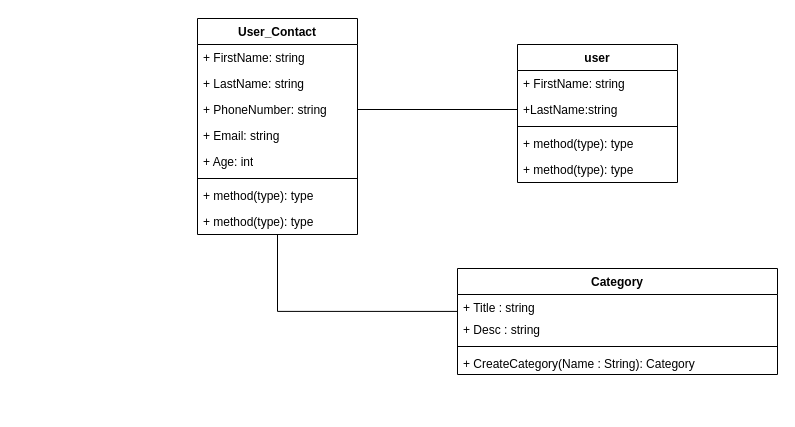
The draw.io diagram phone-book.drawio in joonasoispuu/phone-book2, before the edit. Source tidied: cells renumbered, new cells numbered last; positions are measured from the earlier drawing's top-left corner, leaving out a move shared by most shapes. Both pictures are drawn from the tidied source at 100%, with x=0, y=0 at pixel (197, 18).
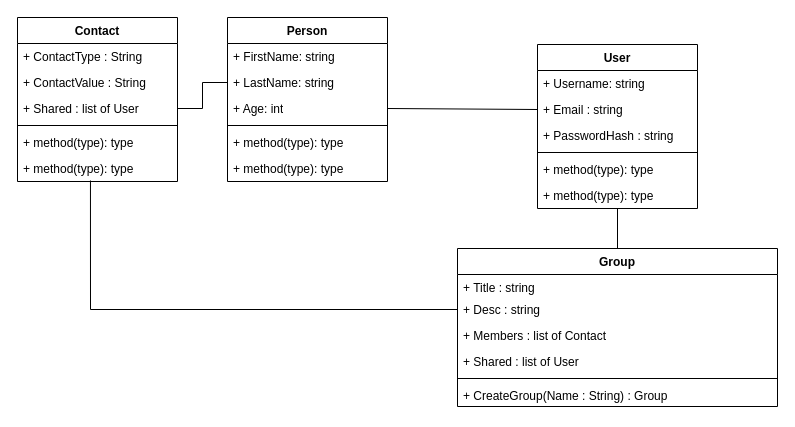
The same page after the edit.

Unchanged cells that the change refers to:
```xml
<mxCell id="5" value="+ LastName: string" style="text;strokeColor=none;fillColor=none;align=left;verticalAlign=top;spacingLeft=4;spacingRight=4;overflow=hidden;points=[[0,0.5],[1,0.5]];portConstraint=eastwest;whiteSpace=wrap;html=1;" parent="3" vertex="1">
  <mxGeometry y="52" width="160" height="26" as="geometry" />
</mxCell>
<mxCell id="19" value="+ Title : string" style="text;strokeColor=none;fillColor=none;align=left;verticalAlign=top;spacingLeft=4;spacingRight=4;overflow=hidden;points=[[0,0.5],[1,0.5]];portConstraint=eastwest;whiteSpace=wrap;html=1;" parent="18" vertex="1">
  <mxGeometry y="26" width="320" height="22" as="geometry" />
</mxCell>
<mxCell id="20" value="+ Desc : string" style="text;strokeColor=none;fillColor=none;align=left;verticalAlign=top;spacingLeft=4;spacingRight=4;overflow=hidden;points=[[0,0.5],[1,0.5]];portConstraint=eastwest;whiteSpace=wrap;html=1;" parent="18" vertex="1">
  <mxGeometry y="48" width="320" height="26" as="geometry" />
</mxCell>
```

Diff of the diagram source:
```diff
@@
-    <mxCell id="2" style="edgeStyle=orthogonalEdgeStyle;rounded=0;jettySize=auto;html=1;entryX=0;entryY=0.769;entryDx=0;entryDy=0;entryPerimeter=0;endArrow=none;endFill=0;" parent="1" edge="1" source="3" target="19">
-      <mxGeometry relative="1" as="geometry" />
-    </mxCell>
-    <mxCell id="3" value="User_Contact&lt;br&gt;" style="swimlane;fontStyle=1;align=center;verticalAlign=top;horizontal=1;startSize=26;whiteSpace=wrap;html=1;" parent="1" vertex="1">
-      <mxGeometry width="160" height="216" as="geometry" />
+    <mxCell id="3" value="Person" style="swimlane;fontStyle=1;align=center;verticalAlign=top;horizontal=1;startSize=26;whiteSpace=wrap;html=1;" parent="1" vertex="1">
+      <mxGeometry x="30" y="-1" width="160" height="164" as="geometry" />
     </mxCell>
@@
-    <mxCell id="6" value="+ PhoneNumber: string" style="text;strokeColor=none;fillColor=none;align=left;verticalAlign=top;spacingLeft=4;spacingRight=4;overflow=hidden;points=[[0,0.5],[1,0.5]];portConstraint=eastwest;whiteSpace=wrap;html=1;" parent="3" vertex="1">
-      <mxGeometry y="78" width="160" height="26" as="geometry" />
-    </mxCell>
-    <mxCell id="7" value="+ Email: string" style="text;strokeColor=none;fillColor=none;align=left;verticalAlign=top;spacingLeft=4;spacingRight=4;overflow=hidden;whiteSpace=wrap;html=1;" parent="3" vertex="1">
-      <mxGeometry y="104" width="160" height="26" as="geometry" />
-    </mxCell>
     <mxCell id="8" value="+ Age: int" style="text;strokeColor=none;fillColor=none;align=left;verticalAlign=top;spacingLeft=4;spacingRight=4;overflow=hidden;whiteSpace=wrap;html=1;" parent="3" vertex="1">
-      <mxGeometry y="130" width="160" height="26" as="geometry" />
+      <mxGeometry y="78" width="160" height="26" as="geometry" />
     </mxCell>
     <mxCell id="9" style="line;strokeWidth=1;fillColor=none;align=left;verticalAlign=middle;spacingTop=-1;spacingLeft=3;spacingRight=3;labelPosition=right;strokeColor=inherit;" parent="3" vertex="1">
-      <mxGeometry y="156" width="160" height="8" as="geometry" />
+      <mxGeometry y="104" width="160" height="8" as="geometry" />
     </mxCell>
     <mxCell id="10" value="+ method(type): type" style="text;strokeColor=none;fillColor=none;align=left;verticalAlign=top;spacingLeft=4;spacingRight=4;overflow=hidden;whiteSpace=wrap;html=1;" parent="3" vertex="1">
-      <mxGeometry y="164" width="160" height="26" as="geometry" />
+      <mxGeometry y="112" width="160" height="26" as="geometry" />
     </mxCell>
     <mxCell id="11" value="+ method(type): type" style="text;strokeColor=none;fillColor=none;align=left;verticalAlign=top;spacingLeft=4;spacingRight=4;overflow=hidden;whiteSpace=wrap;html=1;" parent="3" vertex="1">
-      <mxGeometry y="190" width="160" height="26" as="geometry" />
+      <mxGeometry y="138" width="160" height="26" as="geometry" />
     </mxCell>
-    <mxCell id="12" value="user" style="swimlane;fontStyle=1;align=center;verticalAlign=top;horizontal=1;startSize=26;whiteSpace=wrap;html=1;" parent="1" vertex="1">
-      <mxGeometry x="320" y="26" width="160" height="138" as="geometry" />
+    <mxCell id="12" value="User" style="swimlane;fontStyle=1;align=center;verticalAlign=top;horizontal=1;startSize=26;whiteSpace=wrap;html=1;" parent="1" vertex="1">
+      <mxGeometry x="340" y="26" width="160" height="164" as="geometry" />
     </mxCell>
-    <mxCell id="13" value="+ FirstName: string" style="text;strokeColor=none;fillColor=none;align=left;verticalAlign=top;spacingLeft=4;spacingRight=4;overflow=hidden;whiteSpace=wrap;html=1;" parent="12" vertex="1">
+    <mxCell id="13" value="+ Username: string" style="text;strokeColor=none;fillColor=none;align=left;verticalAlign=top;spacingLeft=4;spacingRight=4;overflow=hidden;whiteSpace=wrap;html=1;" parent="12" vertex="1">
       <mxGeometry y="26" width="160" height="26" as="geometry" />
     </mxCell>
-    <mxCell id="14" value="+LastName:string" style="text;strokeColor=none;fillColor=none;align=left;verticalAlign=top;spacingLeft=4;spacingRight=4;overflow=hidden;points=[[0,0.5],[1,0.5]];portConstraint=eastwest;whiteSpace=wrap;html=1;" parent="12" vertex="1">
+    <mxCell id="14" value="+ Email : string" style="text;strokeColor=none;fillColor=none;align=left;verticalAlign=top;spacingLeft=4;spacingRight=4;overflow=hidden;points=[[0,0.5],[1,0.5]];portConstraint=eastwest;whiteSpace=wrap;html=1;" parent="12" vertex="1">
       <mxGeometry y="52" width="160" height="26" as="geometry" />
     </mxCell>
+    <mxCell id="24" value="+ PasswordHash : string" style="text;strokeColor=none;fillColor=none;align=left;verticalAlign=top;spacingLeft=4;spacingRight=4;overflow=hidden;whiteSpace=wrap;html=1;" parent="12" vertex="1">
+      <mxGeometry y="78" width="160" height="26" as="geometry" />
+    </mxCell>
     <mxCell id="15" style="line;strokeWidth=1;fillColor=none;align=left;verticalAlign=middle;spacingTop=-1;spacingLeft=3;spacingRight=3;labelPosition=right;strokeColor=inherit;" parent="12" vertex="1">
-      <mxGeometry y="78" width="160" height="8" as="geometry" />
+      <mxGeometry y="104" width="160" height="8" as="geometry" />
     </mxCell>
     <mxCell id="16" value="+ method(type): type" style="text;strokeColor=none;fillColor=none;align=left;verticalAlign=top;spacingLeft=4;spacingRight=4;overflow=hidden;whiteSpace=wrap;html=1;" parent="12" vertex="1">
-      <mxGeometry y="86" width="160" height="26" as="geometry" />
+      <mxGeometry y="112" width="160" height="26" as="geometry" />
     </mxCell>
     <mxCell id="17" value="+ method(type): type" style="text;strokeColor=none;fillColor=none;align=left;verticalAlign=top;spacingLeft=4;spacingRight=4;overflow=hidden;points=[[0,0.5],[1,0.5]];portConstraint=eastwest;whiteSpace=wrap;html=1;" parent="12" vertex="1">
-      <mxGeometry y="112" width="160" height="26" as="geometry" />
+      <mxGeometry y="138" width="160" height="26" as="geometry" />
     </mxCell>
+    <mxCell id="25" style="edgeStyle=orthogonalEdgeStyle;rounded=0;jettySize=auto;html=1;entryX=0.5;entryY=1;entryDx=0;entryDy=0;entryPerimeter=0;endArrow=none;endFill=0;" parent="1" edge="1" source="18" target="17">
+      <mxGeometry relative="1" as="geometry" />
+    </mxCell>
-    <mxCell id="18" value="Category&lt;br&gt;" style="swimlane;fontStyle=1;align=center;verticalAlign=top;horizontal=1;startSize=26;whiteSpace=wrap;html=1;" parent="1" vertex="1">
-      <mxGeometry x="260" y="250" width="320" height="106" as="geometry" />
+    <mxCell id="18" value="Group" style="swimlane;fontStyle=1;align=center;verticalAlign=top;horizontal=1;startSize=26;whiteSpace=wrap;html=1;" parent="1" vertex="1">
+      <mxGeometry x="260" y="230" width="320" height="158" as="geometry" />
     </mxCell>
@@
+    <mxCell id="26" value="+ Members : list of Contact" style="text;strokeColor=none;fillColor=none;align=left;verticalAlign=top;spacingLeft=4;spacingRight=4;overflow=hidden;whiteSpace=wrap;html=1;" parent="18" vertex="1">
+      <mxGeometry y="74" width="320" height="26" as="geometry" />
+    </mxCell>
+    <mxCell id="27" value="+ Shared : list of User" style="text;strokeColor=none;fillColor=none;align=left;verticalAlign=top;spacingLeft=4;spacingRight=4;overflow=hidden;whiteSpace=wrap;html=1;" parent="18" vertex="1">
+      <mxGeometry y="100" width="320" height="26" as="geometry" />
+    </mxCell>
     <mxCell id="21" style="line;strokeWidth=1;fillColor=none;align=left;verticalAlign=middle;spacingTop=-1;spacingLeft=3;spacingRight=3;labelPosition=right;strokeColor=inherit;" parent="18" vertex="1">
-      <mxGeometry y="74" width="320" height="8" as="geometry" />
+      <mxGeometry y="126" width="320" height="8" as="geometry" />
     </mxCell>
-    <mxCell id="22" value="+ CreateCategory(Name : String): Category" style="text;strokeColor=none;fillColor=none;align=left;verticalAlign=top;spacingLeft=4;spacingRight=4;overflow=hidden;whiteSpace=wrap;html=1;" parent="18" vertex="1">
-      <mxGeometry y="82" width="320" height="24" as="geometry" />
+    <mxCell id="22" value="+ CreateGroup(Name : String) : Group" style="text;strokeColor=none;fillColor=none;align=left;verticalAlign=top;spacingLeft=4;spacingRight=4;overflow=hidden;whiteSpace=wrap;html=1;" parent="18" vertex="1">
+      <mxGeometry y="134" width="320" height="24" as="geometry" />
     </mxCell>
-    <mxCell id="23" style="edgeStyle=orthogonalEdgeStyle;rounded=0;jettySize=auto;html=1;entryX=0;entryY=0.5;entryDx=0;entryDy=0;endArrow=none;endFill=0;" parent="1" edge="1" source="6" target="14">
-      <mxGeometry relative="1" as="geometry" />
+    <mxCell id="23" style="edgeStyle=orthogonalEdgeStyle;rounded=0;jettySize=auto;html=1;entryX=0;entryY=0.5;entryDx=0;entryDy=0;endArrow=none;endFill=0;" parent="1" edge="1" target="14">
+      <mxGeometry relative="1" as="geometry">
+        <mxPoint x="190" y="90" as="sourcePoint" />
+      </mxGeometry>
     </mxCell>
+    <mxCell id="28" value="Contact" style="swimlane;fontStyle=1;align=center;verticalAlign=top;horizontal=1;startSize=26;whiteSpace=wrap;html=1;" parent="1" vertex="1">
+      <mxGeometry x="-180" y="-1" width="160" height="164" as="geometry" />
+    </mxCell>
+    <mxCell id="29" value="+ ContactType : String" style="text;strokeColor=none;fillColor=none;align=left;verticalAlign=top;spacingLeft=4;spacingRight=4;overflow=hidden;whiteSpace=wrap;html=1;" parent="28" vertex="1">
+      <mxGeometry y="26" width="160" height="26" as="geometry" />
+    </mxCell>
+    <mxCell id="30" value="+ ContactValue : String" style="text;strokeColor=none;fillColor=none;align=left;verticalAlign=top;spacingLeft=4;spacingRight=4;overflow=hidden;whiteSpace=wrap;html=1;" parent="28" vertex="1">
+      <mxGeometry y="52" width="160" height="26" as="geometry" />
+    </mxCell>
+    <mxCell id="31" value="+ Shared : list of User" style="text;strokeColor=none;fillColor=none;align=left;verticalAlign=top;spacingLeft=4;spacingRight=4;overflow=hidden;points=[[0,0.5],[1,0.5]];portConstraint=eastwest;whiteSpace=wrap;html=1;" parent="28" vertex="1">
+      <mxGeometry y="78" width="160" height="26" as="geometry" />
+    </mxCell>
+    <mxCell id="32" style="line;strokeWidth=1;fillColor=none;align=left;verticalAlign=middle;spacingTop=-1;spacingLeft=3;spacingRight=3;labelPosition=right;strokeColor=inherit;" parent="28" vertex="1">
+      <mxGeometry y="104" width="160" height="8" as="geometry" />
+    </mxCell>
+    <mxCell id="33" value="+ method(type): type" style="text;strokeColor=none;fillColor=none;align=left;verticalAlign=top;spacingLeft=4;spacingRight=4;overflow=hidden;whiteSpace=wrap;html=1;" parent="28" vertex="1">
+      <mxGeometry y="112" width="160" height="26" as="geometry" />
+    </mxCell>
+    <mxCell id="34" value="+ method(type): type" style="text;strokeColor=none;fillColor=none;align=left;verticalAlign=top;spacingLeft=4;spacingRight=4;overflow=hidden;points=[[0,0.5],[1,0.5]];portConstraint=eastwest;whiteSpace=wrap;html=1;" parent="28" vertex="1">
+      <mxGeometry y="138" width="160" height="26" as="geometry" />
+    </mxCell>
+    <mxCell id="35" style="edgeStyle=orthogonalEdgeStyle;rounded=0;jettySize=auto;html=1;exitX=1;exitY=0.5;exitDx=0;exitDy=0;entryX=0;entryY=0.5;entryDx=0;entryDy=0;endArrow=none;endFill=0;" parent="1" edge="1" source="31" target="5">
+      <mxGeometry relative="1" as="geometry" />
+    </mxCell>
+    <mxCell id="36" style="edgeStyle=orthogonalEdgeStyle;rounded=0;jettySize=auto;html=1;entryX=0.456;entryY=0.962;entryDx=0;entryDy=0;entryPerimeter=0;endArrow=none;endFill=0;" parent="1" edge="1" source="20" target="34">
+      <mxGeometry relative="1" as="geometry" />
+    </mxCell>
```
